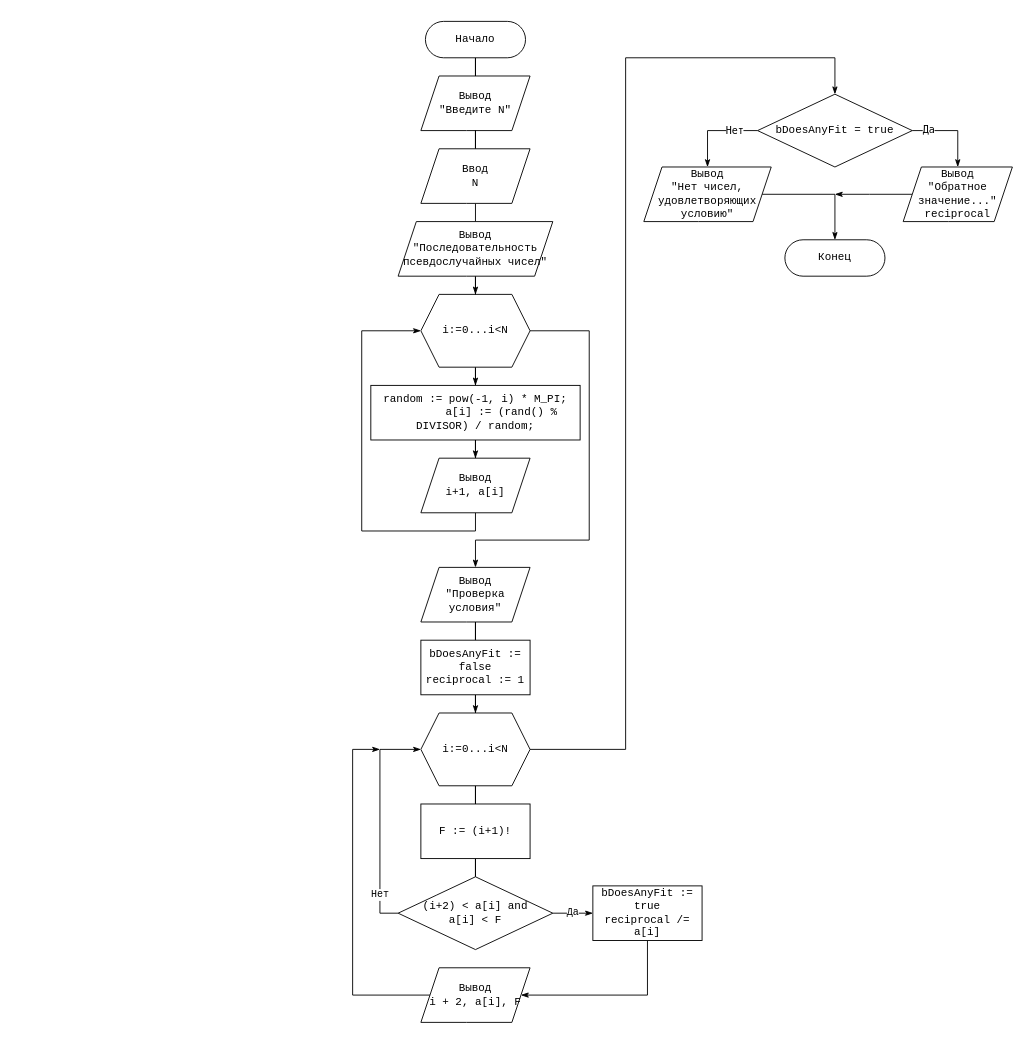
Above: lab_06_diagram.drawio in 4gottendreamer/Diagrams-drawio (draw.io), before the change. Source tidied: cells renumbered, new cells numbered last; positions are measured from the earlier drawing's top-left corner, leaving out a move shared by most shapes. Both pictures are drawn from the tidied source at 91%, with x=0, y=0 at pixel (352, 21).
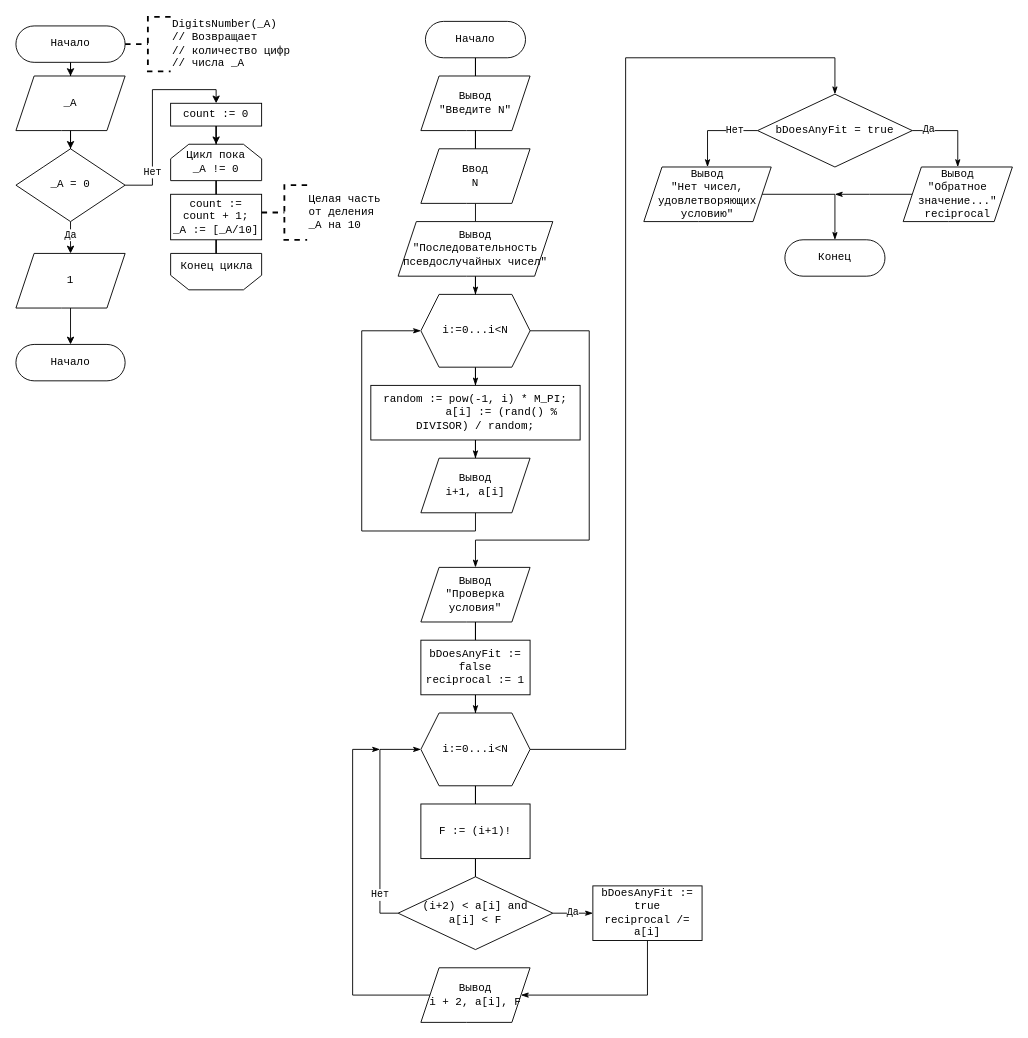
Above is the later version.

The change refers to these unchanged cells:
```xml
<mxCell id="34" style="edgeStyle=orthogonalEdgeStyle;rounded=0;jettySize=auto;html=1;endArrow=classicThin;endFill=1;strokeColor=#000000;strokeWidth=1;entryX=0.5;entryY=0;entryDx=0;entryDy=0;fontFamily=Consolas;exitX=1;exitY=0.5;exitDx=0;exitDy=0;" parent="1" edge="1" source="37" target="39">
  <mxGeometry relative="1" as="geometry">
    <Array as="points">
      <mxPoint x="665" y="120" />
    </Array>
  </mxGeometry>
</mxCell>
<mxCell id="37" value="bDoesAnyFit = true" style="rhombus;whiteSpace=wrap;html=1;rounded=1;arcSize=0;fontFamily=Consolas;" parent="1" vertex="1">
  <mxGeometry x="445" y="80" width="170" height="80" as="geometry" />
</mxCell>
<mxCell id="39" value="&lt;div&gt;Вывод&lt;/div&gt;&lt;div&gt;&quot;Обратное значение...&quot;&lt;/div&gt;&lt;div&gt;reciprocal&lt;br&gt;&lt;/div&gt;" style="shape=parallelogram;perimeter=parallelogramPerimeter;whiteSpace=wrap;html=1;fixedSize=1;rounded=1;arcSize=0;fontFamily=Consolas;" parent="1" vertex="1">
  <mxGeometry x="605" y="160" width="120" height="60" as="geometry" />
</mxCell>
<mxCell id="41" value="&lt;div&gt;Вывод&lt;/div&gt;&lt;div&gt;&quot;Нет чисел, удовлетворяющих условию&quot;&lt;br&gt;&lt;/div&gt;" style="shape=parallelogram;perimeter=parallelogramPerimeter;whiteSpace=wrap;html=1;fixedSize=1;rounded=1;arcSize=0;fontFamily=Consolas;" parent="1" vertex="1">
  <mxGeometry x="320" y="160" width="140" height="60" as="geometry" />
</mxCell>
<mxCell id="42" value="Конец" style="rounded=1;whiteSpace=wrap;html=1;arcSize=50;fontFamily=Consolas;" parent="1" vertex="1">
  <mxGeometry x="475" y="240" width="110" height="40" as="geometry" />
</mxCell>
```

Diff of the diagram source:
```diff
@@
-    <mxCell id="35" value="Да" style="edgeLabel;html=1;align=center;verticalAlign=middle;fontFamily=Lucida Console;" parent="34" vertex="1">
+    <mxCell id="35" value="Да" style="edgeLabel;html=1;align=center;verticalAlign=middle;fontFamily=Consolas;" parent="34" vertex="1">
       <mxGeometry x="-0.63" y="2" relative="1" as="geometry" />
     </mxCell>
-    <mxCell id="36" value="Нет" style="edgeStyle=orthogonalEdgeStyle;rounded=0;jettySize=auto;html=1;endArrow=classicThin;endFill=1;strokeColor=#000000;strokeWidth=1;fontFamily=Lucida Console;exitX=0;exitY=0.5;exitDx=0;exitDy=0;" parent="1" edge="1" source="37">
+    <mxCell id="36" value="Нет" style="edgeStyle=orthogonalEdgeStyle;rounded=0;jettySize=auto;html=1;endArrow=classicThin;endFill=1;strokeColor=#000000;strokeWidth=1;fontFamily=Consolas;exitX=0;exitY=0.5;exitDx=0;exitDy=0;" parent="1" edge="1" source="37">
       <mxGeometry x="-0.47" relative="1" as="geometry">
         <mxPoint x="390" y="160" as="targetPoint" />
         <Array as="points">
           <mxPoint x="390" y="120" />
         </Array>
       </mxGeometry>
     </mxCell>
@@
-    <mxCell id="38" style="edgeStyle=orthogonalEdgeStyle;rounded=0;jettySize=auto;html=1;endArrow=classicThin;endFill=1;strokeColor=#000000;strokeWidth=1;fontFamily=Lucida Console;" parent="1" edge="1" source="39">
+    <mxCell id="38" style="edgeStyle=orthogonalEdgeStyle;rounded=0;jettySize=auto;html=1;endArrow=classicThin;endFill=1;strokeColor=#000000;strokeWidth=1;fontFamily=Consolas;" parent="1" edge="1" source="39">
       <mxGeometry relative="1" as="geometry">
         <mxPoint x="530" y="190" as="targetPoint" />
       </mxGeometry>
     </mxCell>
@@
-    <mxCell id="40" style="edgeStyle=orthogonalEdgeStyle;rounded=0;jettySize=auto;html=1;endArrow=classicThin;endFill=1;strokeColor=#000000;strokeWidth=1;fontFamily=Lucida Console;entryX=0.5;entryY=0;entryDx=0;entryDy=0;" parent="1" edge="1" source="41" target="42">
+    <mxCell id="40" style="edgeStyle=orthogonalEdgeStyle;rounded=0;jettySize=auto;html=1;endArrow=classicThin;endFill=1;strokeColor=#000000;strokeWidth=1;fontFamily=Consolas;entryX=0.5;entryY=0;entryDx=0;entryDy=0;" parent="1" edge="1" source="41" target="42">
       <mxGeometry relative="1" as="geometry">
         <Array as="points">
           <mxPoint x="530" y="190" />
         </Array>
       </mxGeometry>
     </mxCell>
@@
+    <mxCell id="43" style="edgeStyle=orthogonalEdgeStyle;rounded=0;jettySize=auto;html=1;endArrow=classic;endFill=1;fontFamily=Consolas;" parent="1" edge="1" source="44" target="53">
+      <mxGeometry relative="1" as="geometry" />
+    </mxCell>
+    <mxCell id="44" value="&lt;div&gt;Начало&lt;/div&gt;" style="rounded=1;whiteSpace=wrap;html=1;arcSize=50;fontFamily=Consolas;" parent="1" vertex="1">
+      <mxGeometry x="-370" y="5" width="120" height="40" as="geometry" />
+    </mxCell>
+    <mxCell id="45" value="&lt;div&gt;DigitsNumber(_A)&lt;/div&gt;&lt;div&gt;// Возвращает&lt;/div&gt;&lt;div&gt;// количество цифр&lt;/div&gt;&lt;div&gt;// числа _A&lt;br&gt;&lt;/div&gt;" style="strokeWidth=2;html=1;shape=mxgraph.flowchart.annotation_2;align=left;labelPosition=right;fontFamily=Consolas;dashed=1;" parent="1" vertex="1">
+      <mxGeometry x="-250" y="-5" width="50" height="60" as="geometry" />
+    </mxCell>
+    <mxCell id="46" value="Да" style="edgeStyle=orthogonalEdgeStyle;rounded=0;jettySize=auto;html=1;endArrow=classic;endFill=1;fontFamily=Consolas;" parent="1" edge="1" source="48" target="50">
+      <mxGeometry x="0.11" relative="1" as="geometry" />
+    </mxCell>
+    <mxCell id="47" value="Нет" style="edgeStyle=orthogonalEdgeStyle;rounded=0;jettySize=auto;html=1;endArrow=classic;endFill=1;fontFamily=Consolas;entryX=0.5;entryY=0;entryDx=0;entryDy=0;" parent="1" edge="1" source="48" target="57">
+      <mxGeometry x="-0.6" relative="1" as="geometry">
+        <Array as="points">
+          <mxPoint x="-220" y="180" />
+          <mxPoint x="-220" y="75" />
+          <mxPoint x="-150" y="75" />
+        </Array>
+      </mxGeometry>
+    </mxCell>
+    <mxCell id="48" value="_A = 0" style="rhombus;whiteSpace=wrap;html=1;rounded=1;fontFamily=Consolas;arcSize=0;" parent="1" vertex="1">
+      <mxGeometry x="-370" y="140" width="120" height="80" as="geometry" />
+    </mxCell>
+    <mxCell id="49" style="edgeStyle=orthogonalEdgeStyle;rounded=0;jettySize=auto;html=1;endArrow=classic;endFill=1;fontFamily=Consolas;" parent="1" edge="1" source="50" target="51">
+      <mxGeometry relative="1" as="geometry" />
+    </mxCell>
+    <mxCell id="50" value="1" style="shape=parallelogram;perimeter=parallelogramPerimeter;whiteSpace=wrap;html=1;fixedSize=1;rounded=1;fontFamily=Consolas;arcSize=0;" parent="1" vertex="1">
+      <mxGeometry x="-370" y="255" width="120" height="60" as="geometry" />
+    </mxCell>
+    <mxCell id="51" value="&lt;div&gt;Начало&lt;/div&gt;" style="rounded=1;whiteSpace=wrap;html=1;arcSize=50;fontFamily=Consolas;" parent="1" vertex="1">
+      <mxGeometry x="-370" y="355" width="120" height="40" as="geometry" />
+    </mxCell>
+    <mxCell id="52" style="edgeStyle=orthogonalEdgeStyle;rounded=0;jettySize=auto;html=1;endArrow=classic;endFill=1;fontFamily=Consolas;" parent="1" edge="1" source="53" target="48">
+      <mxGeometry relative="1" as="geometry" />
+    </mxCell>
+    <mxCell id="53" value="_A" style="shape=parallelogram;perimeter=parallelogramPerimeter;whiteSpace=wrap;html=1;fixedSize=1;rounded=1;fontFamily=Consolas;arcSize=0;" parent="1" vertex="1">
+      <mxGeometry x="-370" y="60" width="120" height="60" as="geometry" />
+    </mxCell>
+    <mxCell id="54" style="edgeStyle=orthogonalEdgeStyle;rounded=0;jettySize=auto;html=1;endArrow=none;endFill=0;fontFamily=Consolas;entryX=0.5;entryY=0;entryDx=0;entryDy=0;" parent="1" edge="1" source="55" target="59">
+      <mxGeometry relative="1" as="geometry" />
+    </mxCell>
+    <mxCell id="55" value="&lt;div&gt;Цикл пока&lt;/div&gt;&lt;div&gt;_A != 0&lt;/div&gt;" style="shape=loopLimit;whiteSpace=wrap;html=1;rounded=1;fontFamily=Consolas;arcSize=0;" parent="1" vertex="1">
+      <mxGeometry x="-200" y="135" width="100" height="40" as="geometry" />
+    </mxCell>
+    <mxCell id="56" style="edgeStyle=orthogonalEdgeStyle;rounded=0;jettySize=auto;html=1;endArrow=classic;endFill=1;fontFamily=Consolas;" parent="1" edge="1" source="57" target="55">
+      <mxGeometry relative="1" as="geometry" />
+    </mxCell>
+    <mxCell id="57" value="count := 0" style="whiteSpace=wrap;html=1;rounded=1;arcSize=0;fontFamily=Consolas;" parent="1" vertex="1">
+      <mxGeometry x="-200" y="90" width="100" height="25" as="geometry" />
+    </mxCell>
+    <mxCell id="58" style="edgeStyle=orthogonalEdgeStyle;rounded=0;jettySize=auto;html=1;entryX=0.5;entryY=1;entryDx=0;entryDy=0;endArrow=none;endFill=0;fontFamily=Consolas;" parent="1" edge="1" source="59" target="61">
+      <mxGeometry relative="1" as="geometry" />
+    </mxCell>
+    <mxCell id="59" value="&lt;div&gt;count := count + 1;&lt;br&gt;&lt;/div&gt;&lt;div&gt;_A := [_A/10]&lt;br&gt;&lt;/div&gt;" style="whiteSpace=wrap;html=1;rounded=1;arcSize=0;fontFamily=Consolas;" parent="1" vertex="1">
+      <mxGeometry x="-200" y="190" width="100" height="50" as="geometry" />
+    </mxCell>
+    <mxCell id="60" value="&lt;div&gt;Целая часть&lt;/div&gt;&lt;div&gt;от деления&lt;/div&gt;&lt;div&gt;_A на 10&lt;br&gt;&lt;/div&gt;" style="strokeWidth=2;html=1;shape=mxgraph.flowchart.annotation_2;align=left;labelPosition=right;fontFamily=Consolas;dashed=1;" parent="1" vertex="1">
+      <mxGeometry x="-100" y="180" width="50" height="60" as="geometry" />
+    </mxCell>
+    <mxCell id="61" value="&lt;div&gt;Конец цикла&lt;/div&gt;" style="shape=loopLimit;html=1;rounded=0;fontFamily=Consolas;arcSize=0;rotation=0;movableLabel=1;comic=0;direction=west;flipH=0;flipV=0;verticalAlign=top;horizontal=1;whiteSpace=wrap;sketch=0;noLabel=0;overflow=visible;align=center;" parent="1" vertex="1">
+      <mxGeometry x="-200" y="255" width="100" height="40" as="geometry">
+        <mxPoint x="1" y="1" as="offset" />
+      </mxGeometry>
+    </mxCell>
```
